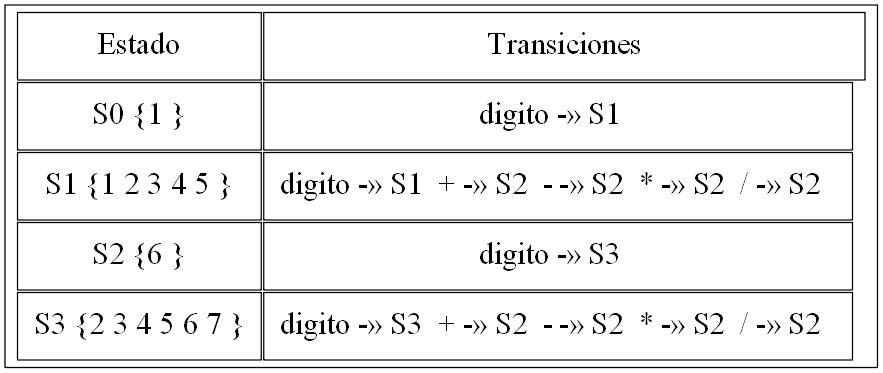
This is trans_operaciones.png from montherbasir/Practica1_OLC1, a Graphviz export, as it was before one commit. Its source is kept beside it as trans_operaciones.dot.
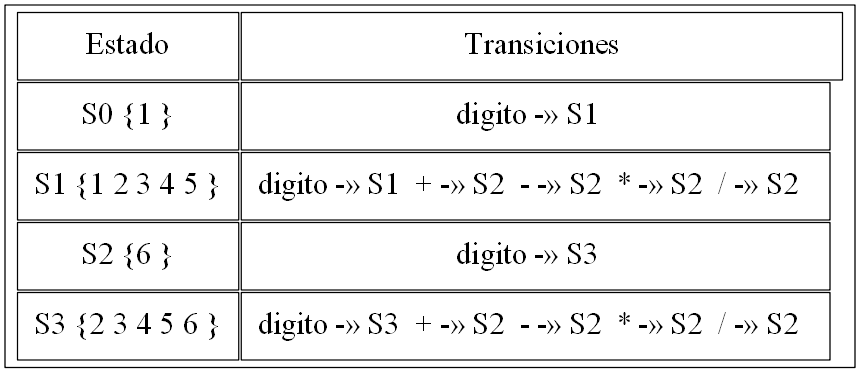
The same file after the commit.

The edit, as a diff of the source:
```diff
@@ -9,6 +9,6 @@
   <tr><td>Estado</td><td colspan="6">Transiciones</td></tr>  <tr><td>S0 {1 }</td><td>digito -» S1  </td></tr>
   <tr><td>S1 {1 2 3 4 5 }</td><td>digito -» S1  + -» S2  - -» S2  * -» S2  / -» S2  </td></tr>
   <tr><td>S2 {6 }</td><td>digito -» S3  </td></tr>
-  <tr><td>S3 {2 3 4 5 6 7 }</td><td>digito -» S3  + -» S2  - -» S2  * -» S2  / -» S2  </td></tr>
+  <tr><td>S3 {2 3 4 5 6 }</td><td>digito -» S3  + -» S2  - -» S2  * -» S2  / -» S2  </td></tr>
 </table>>];
 }
```
